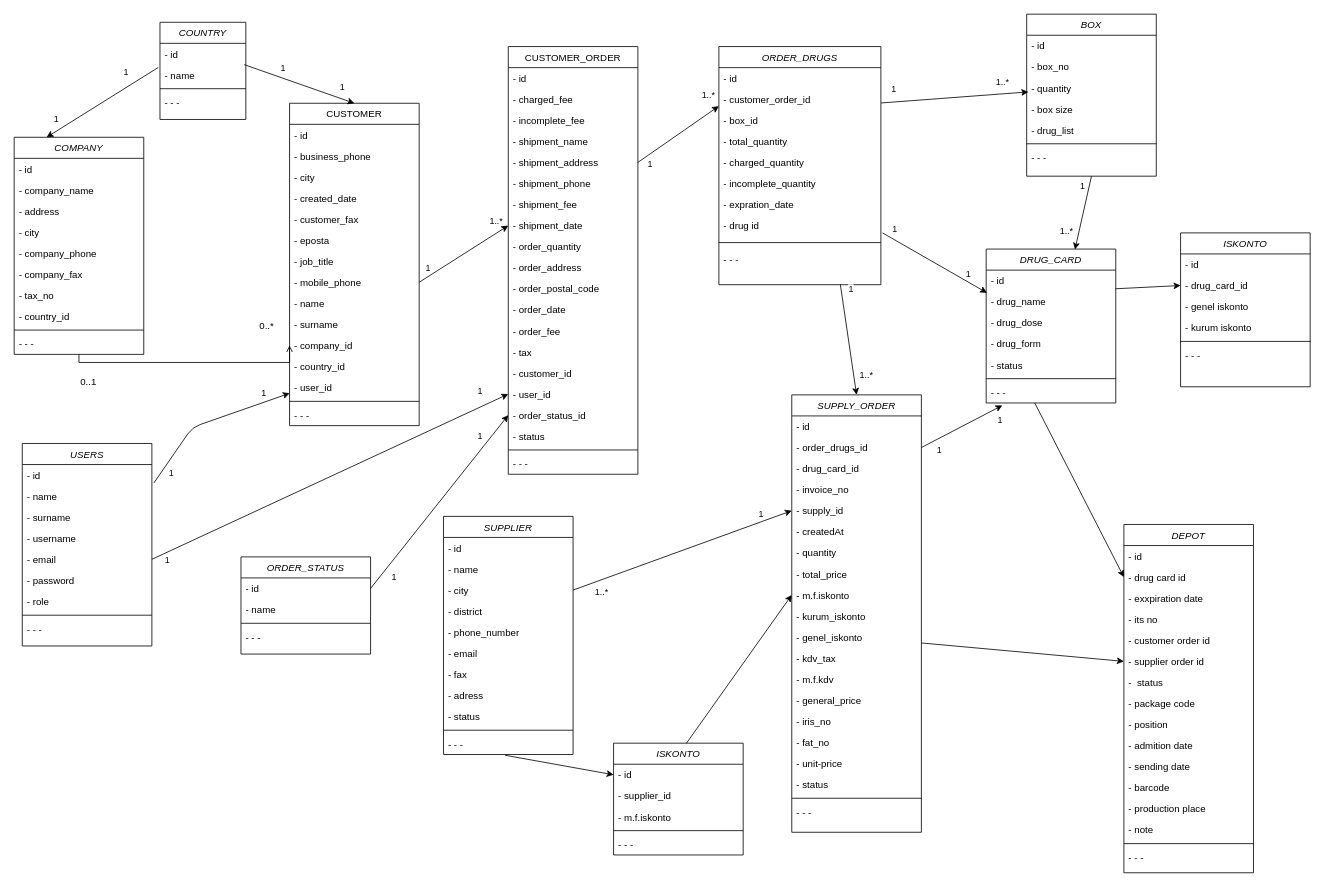
Above: Untitled Diagram.drawio in viacelal/diagram (draw.io), before the change. Source tidied: cells renumbered, new cells numbered last; positions are measured from the earlier drawing's top-left corner, leaving out a move shared by most shapes. Both pictures are drawn from the tidied source at 81%, with x=0, y=0 at pixel (14, 14).
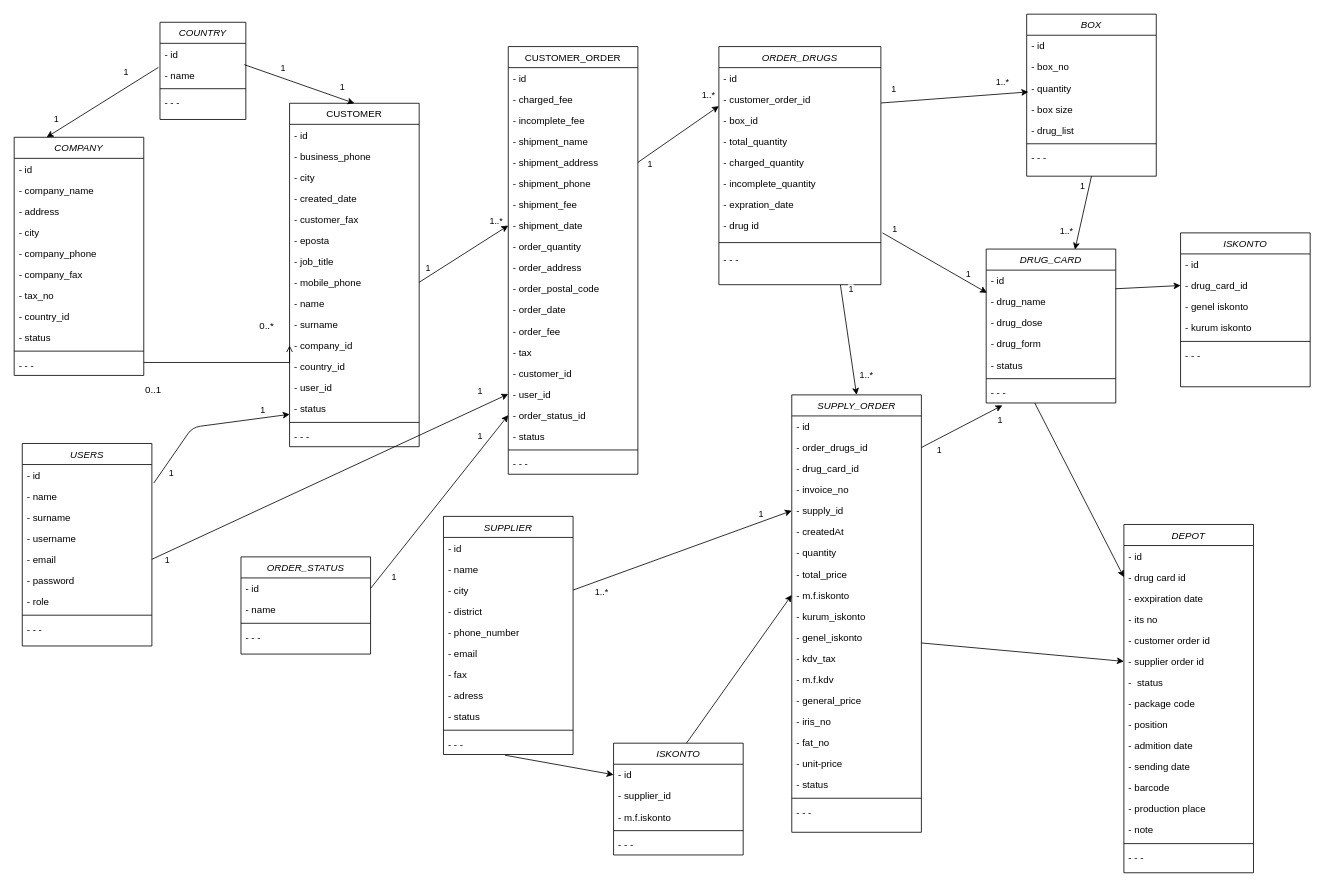
After the change.

The edit, as a diff of the source:
```diff
@@
     <mxCell id="2" value="COMPANY&#10;" style="swimlane;fontStyle=2;align=center;verticalAlign=top;horizontal=1;startSize=26;rounded=0;shadow=0;strokeWidth=1;" parent="1" vertex="1">
-      <mxGeometry y="152" width="160" height="268" as="geometry" />
+      <mxGeometry y="152" width="160" height="294" as="geometry" />
     </mxCell>
@@
+    <mxCell id="207" value="- status" style="text;align=left;verticalAlign=top;spacingLeft=4;spacingRight=4;overflow=hidden;rounded=0;shadow=0;html=0;" parent="2" vertex="1">
+      <mxGeometry y="234" width="160" height="26" as="geometry" />
+    </mxCell>
     <mxCell id="11" style="line;html=1;strokeWidth=1;align=left;verticalAlign=middle;spacingTop=-1;spacingLeft=3;spacingRight=3;labelPosition=right;" parent="2" vertex="1">
-      <mxGeometry y="234" width="160" height="8" as="geometry" />
+      <mxGeometry y="260" width="160" height="8" as="geometry" />
     </mxCell>
     <mxCell id="12" value="- - - " style="text;align=left;verticalAlign=top;spacingLeft=4;spacingRight=4;overflow=hidden;" parent="2" vertex="1">
-      <mxGeometry y="242" width="160" height="26" as="geometry" />
+      <mxGeometry y="268" width="160" height="26" as="geometry" />
     </mxCell>
     <mxCell id="13" value="CUSTOMER&#10;" style="swimlane;fontStyle=0;align=center;verticalAlign=top;horizontal=1;startSize=26;rounded=0;shadow=0;strokeWidth=1;" parent="1" vertex="1">
-      <mxGeometry x="340" y="110" width="160" height="398" as="geometry" />
+      <mxGeometry x="340" y="110" width="160" height="424" as="geometry" />
     </mxCell>
@@
+    <mxCell id="208" value="- user_id" style="text;align=left;verticalAlign=top;spacingLeft=4;spacingRight=4;overflow=hidden;rounded=0;shadow=0;html=0;" parent="13" vertex="1">
+      <mxGeometry y="338" width="160" height="26" as="geometry" />
+    </mxCell>
-    <mxCell id="26" value="- user_id" style="text;align=left;verticalAlign=top;spacingLeft=4;spacingRight=4;overflow=hidden;points=[[0,0.5],[1,0.5]];portConstraint=eastwest;rounded=0;shadow=0;html=0;" parent="13" vertex="1">
-      <mxGeometry y="338" width="160" height="26" as="geometry" />
+    <mxCell id="26" value="- status" style="text;align=left;verticalAlign=top;spacingLeft=4;spacingRight=4;overflow=hidden;points=[[0,0.5],[1,0.5]];portConstraint=eastwest;rounded=0;shadow=0;html=0;" parent="13" vertex="1">
+      <mxGeometry y="364" width="160" height="26" as="geometry" />
     </mxCell>
     <mxCell id="27" style="line;html=1;strokeWidth=1;align=left;verticalAlign=middle;spacingTop=-1;spacingLeft=3;spacingRight=3;labelPosition=right;" parent="13" vertex="1">
-      <mxGeometry y="364" width="160" height="8" as="geometry" />
+      <mxGeometry y="390" width="160" height="8" as="geometry" />
     </mxCell>
     <mxCell id="28" value="- - - " style="text;align=left;verticalAlign=top;spacingLeft=4;spacingRight=4;overflow=hidden;" parent="13" vertex="1">
-      <mxGeometry y="372" width="160" height="26" as="geometry" />
+      <mxGeometry y="398" width="160" height="26" as="geometry" />
     </mxCell>
```
